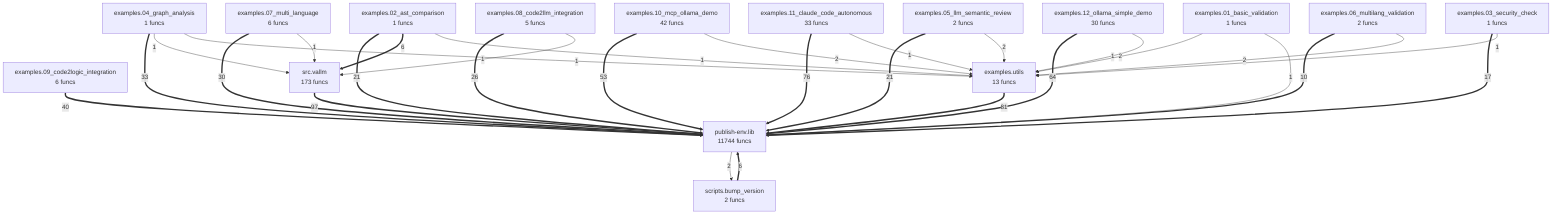
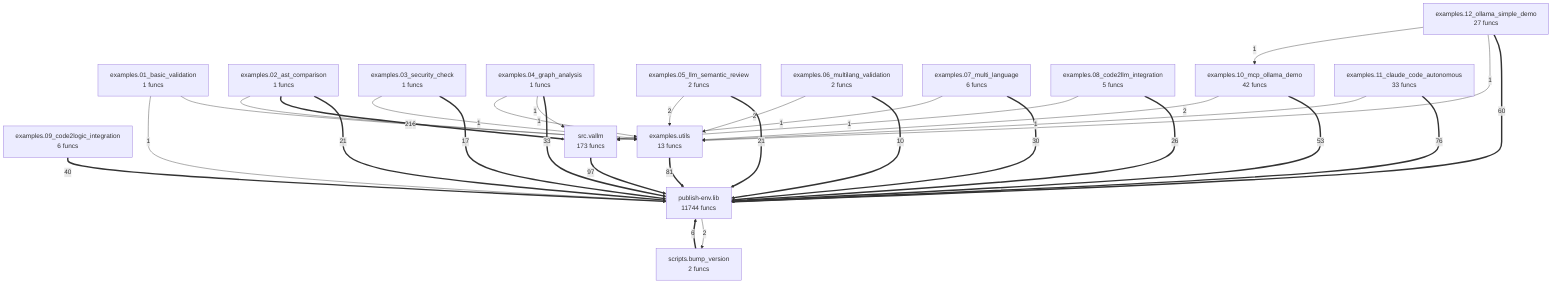
flowchart TD
    examples_01_basic_validation["examples.01_basic_validation<br/>1 funcs"]
    examples_02_ast_comparison["examples.02_ast_comparison<br/>1 funcs"]
    examples_03_security_check["examples.03_security_check<br/>1 funcs"]
    examples_04_graph_analysis["examples.04_graph_analysis<br/>1 funcs"]
    examples_05_llm_semantic_review["examples.05_llm_semantic_review<br/>2 funcs"]
    examples_06_multilang_validation["examples.06_multilang_validation<br/>2 funcs"]
    examples_07_multi_language["examples.07_multi_language<br/>6 funcs"]
    examples_08_code2llm_integration["examples.08_code2llm_integration<br/>5 funcs"]
    examples_09_code2logic_integration["examples.09_code2logic_integration<br/>6 funcs"]
    examples_10_mcp_ollama_demo["examples.10_mcp_ollama_demo<br/>42 funcs"]
    examples_11_claude_code_autonomous["examples.11_claude_code_autonomous<br/>33 funcs"]
-     examples_12_ollama_simple_demo["examples.12_ollama_simple_demo<br/>30 funcs"]
+     examples_12_ollama_simple_demo["examples.12_ollama_simple_demo<br/>27 funcs"]
    examples_utils["examples.utils<br/>13 funcs"]
    publish_env_lib["publish-env.lib<br/>11744 funcs"]
    scripts_bump_version["scripts.bump_version<br/>2 funcs"]
    src_vallm["src.vallm<br/>173 funcs"]
    src_vallm ==>|97| publish_env_lib
    examples_utils ==>|81| publish_env_lib
    examples_11_claude_code_autonomous ==>|76| publish_env_lib
-     examples_12_ollama_simple_demo ==>|64| publish_env_lib
+     examples_12_ollama_simple_demo ==>|60| publish_env_lib
    examples_10_mcp_ollama_demo ==>|53| publish_env_lib
    examples_09_code2logic_integration ==>|40| publish_env_lib
    examples_04_graph_analysis ==>|33| publish_env_lib
    examples_07_multi_language ==>|30| publish_env_lib
    examples_08_code2llm_integration ==>|26| publish_env_lib
    examples_05_llm_semantic_review ==>|21| publish_env_lib
    examples_02_ast_comparison ==>|21| publish_env_lib
    examples_03_security_check ==>|17| publish_env_lib
    examples_06_multilang_validation ==>|10| publish_env_lib
    scripts_bump_version ==>|6| publish_env_lib
    examples_02_ast_comparison ==>|6| src_vallm
    publish_env_lib -->|2| scripts_bump_version
    examples_05_llm_semantic_review -->|2| examples_utils
    examples_01_basic_validation -->|2| examples_utils
    examples_06_multilang_validation -->|2| examples_utils
    examples_10_mcp_ollama_demo -->|2| examples_utils
    examples_04_graph_analysis -->|1| src_vallm
    examples_04_graph_analysis -->|1| examples_utils
    examples_11_claude_code_autonomous -->|1| examples_utils
+     examples_12_ollama_simple_demo -->|1| examples_utils
    examples_01_basic_validation -->|1| publish_env_lib
    examples_02_ast_comparison -->|1| examples_utils
    examples_03_security_check -->|1| examples_utils
-     examples_12_ollama_simple_demo -->|1| examples_utils
    examples_07_multi_language -->|1| src_vallm
    examples_08_code2llm_integration -->|1| src_vallm
+     examples_12_ollama_simple_demo -->|1| examples_10_mcp_ollama_demo
